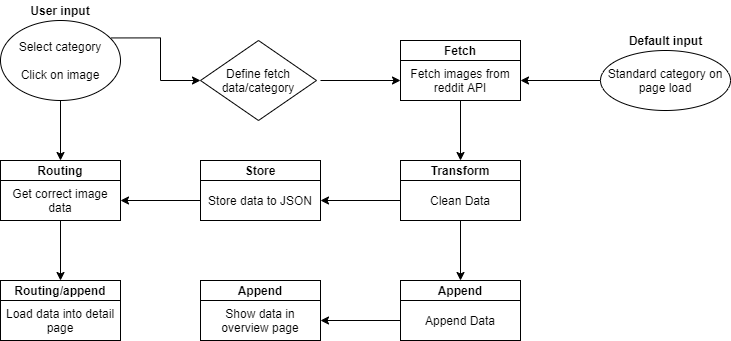
Earlier version of the draw.io export assets/ActorDiagram.png (RickGroot/web-app-from-scratch-2021). Source tidied: cells renumbered, new cells last; positions are measured from the earlier drawing's top-left corner, leaving out a move shared by most shapes. Its diagram source:
```xml
<mxGraphModel>
  <root>
    <mxCell id="0" />
    <mxCell id="1" parent="0" />
    <mxCell id="2" style="edgeStyle=orthogonalEdgeStyle;rounded=0;jettySize=auto;html=1;" parent="1" edge="1" target="4">
      <mxGeometry relative="1" as="geometry">
        <mxPoint x="320" y="80" as="sourcePoint" />
      </mxGeometry>
    </mxCell>
    <mxCell id="3" style="edgeStyle=orthogonalEdgeStyle;rounded=0;jettySize=auto;html=1;entryX=0.5;entryY=0;entryDx=0;entryDy=0;" parent="1" edge="1" source="4" target="20">
      <mxGeometry relative="1" as="geometry" />
    </mxCell>
    <mxCell id="4" value="Fetch images from reddit API" style="rounded=0;whiteSpace=wrap;html=1;" parent="1" vertex="1">
      <mxGeometry x="400" y="60" width="120" height="40" as="geometry" />
    </mxCell>
    <mxCell id="5" style="edgeStyle=orthogonalEdgeStyle;rounded=0;jettySize=auto;html=1;entryX=0.5;entryY=0;entryDx=0;entryDy=0;" parent="1" edge="1" source="7" target="25">
      <mxGeometry relative="1" as="geometry" />
    </mxCell>
    <mxCell id="6" style="edgeStyle=orthogonalEdgeStyle;rounded=0;jettySize=auto;html=1;exitX=0;exitY=0.5;exitDx=0;exitDy=0;" parent="1" edge="1" source="7" target="18">
      <mxGeometry relative="1" as="geometry" />
    </mxCell>
    <mxCell id="7" value="Clean Data" style="rounded=0;whiteSpace=wrap;html=1;" parent="1" vertex="1">
      <mxGeometry x="400" y="180" width="120" height="40" as="geometry" />
    </mxCell>
    <mxCell id="8" style="edgeStyle=orthogonalEdgeStyle;rounded=0;jettySize=auto;html=1;entryX=1;entryY=0.5;entryDx=0;entryDy=0;" parent="1" edge="1" source="9" target="15">
      <mxGeometry relative="1" as="geometry" />
    </mxCell>
    <mxCell id="9" value="Append Data" style="rounded=0;whiteSpace=wrap;html=1;" parent="1" vertex="1">
      <mxGeometry x="400" y="300" width="120" height="40" as="geometry" />
    </mxCell>
    <mxCell id="10" style="edgeStyle=orthogonalEdgeStyle;rounded=0;jettySize=auto;html=1;entryX=0;entryY=0.5;entryDx=0;entryDy=0;exitX=0.923;exitY=0.218;exitDx=0;exitDy=0;exitPerimeter=0;" parent="1" edge="1" source="26">
      <mxGeometry relative="1" as="geometry">
        <mxPoint x="200" y="80" as="targetPoint" />
      </mxGeometry>
    </mxCell>
    <mxCell id="11" style="edgeStyle=orthogonalEdgeStyle;rounded=0;jettySize=auto;html=1;exitX=0.5;exitY=1;exitDx=0;exitDy=0;entryX=0.5;entryY=0;entryDx=0;entryDy=0;" parent="1" edge="1" source="26" target="22">
      <mxGeometry relative="1" as="geometry" />
    </mxCell>
    <mxCell id="12" style="edgeStyle=orthogonalEdgeStyle;rounded=0;jettySize=auto;html=1;exitX=0.5;exitY=1;exitDx=0;exitDy=0;entryX=0.5;entryY=0;entryDx=0;entryDy=0;" parent="1" edge="1" source="13" target="23">
      <mxGeometry relative="1" as="geometry" />
    </mxCell>
    <mxCell id="13" value="Get correct image data" style="rounded=0;whiteSpace=wrap;html=1;" parent="1" vertex="1">
      <mxGeometry y="180" width="120" height="40" as="geometry" />
    </mxCell>
    <mxCell id="14" style="edgeStyle=orthogonalEdgeStyle;rounded=0;orthogonalLoop=1;jettySize=auto;html=1;exitX=0.5;exitY=0;exitDx=0;exitDy=0;entryX=0.5;entryY=0;entryDx=0;entryDy=0;" parent="1" edge="1" source="15" target="15">
      <mxGeometry relative="1" as="geometry" />
    </mxCell>
    <mxCell id="15" value="Show data in overview page" style="rounded=0;whiteSpace=wrap;html=1;" parent="1" vertex="1">
      <mxGeometry x="200" y="300" width="120" height="40" as="geometry" />
    </mxCell>
    <mxCell id="16" value="Load data into detail page" style="rounded=0;whiteSpace=wrap;html=1;" parent="1" vertex="1">
      <mxGeometry y="300" width="120" height="40" as="geometry" />
    </mxCell>
    <mxCell id="17" style="edgeStyle=orthogonalEdgeStyle;rounded=0;jettySize=auto;html=1;exitX=0;exitY=0.5;exitDx=0;exitDy=0;entryX=1;entryY=0.5;entryDx=0;entryDy=0;" parent="1" edge="1" source="18" target="13">
      <mxGeometry relative="1" as="geometry" />
    </mxCell>
    <mxCell id="18" value="Store data to JSON" style="rounded=0;whiteSpace=wrap;html=1;" parent="1" vertex="1">
      <mxGeometry x="200" y="180" width="120" height="40" as="geometry" />
    </mxCell>
    <mxCell id="19" value="&lt;b&gt;Fetch&lt;/b&gt;" style="rounded=0;whiteSpace=wrap;html=1;" parent="1" vertex="1">
      <mxGeometry x="400" y="40" width="120" height="20" as="geometry" />
    </mxCell>
    <mxCell id="20" value="&lt;b&gt;Transform&lt;/b&gt;" style="rounded=0;whiteSpace=wrap;html=1;" parent="1" vertex="1">
      <mxGeometry x="400" y="160" width="120" height="20" as="geometry" />
    </mxCell>
    <mxCell id="21" value="&lt;b&gt;Store&lt;/b&gt;" style="rounded=0;whiteSpace=wrap;html=1;" parent="1" vertex="1">
      <mxGeometry x="200" y="160" width="120" height="20" as="geometry" />
    </mxCell>
    <mxCell id="22" value="&lt;b&gt;Routing&lt;/b&gt;" style="rounded=0;whiteSpace=wrap;html=1;" parent="1" vertex="1">
      <mxGeometry y="160" width="120" height="20" as="geometry" />
    </mxCell>
    <mxCell id="23" value="&lt;b&gt;Routing/append&lt;/b&gt;" style="rounded=0;whiteSpace=wrap;html=1;" parent="1" vertex="1">
      <mxGeometry y="280" width="120" height="20" as="geometry" />
    </mxCell>
    <mxCell id="24" value="&lt;b&gt;Append&lt;/b&gt;" style="rounded=0;whiteSpace=wrap;html=1;" parent="1" vertex="1">
      <mxGeometry x="200" y="280" width="120" height="20" as="geometry" />
    </mxCell>
    <mxCell id="25" value="&lt;b&gt;Append&lt;/b&gt;" style="rounded=0;whiteSpace=wrap;html=1;" parent="1" vertex="1">
      <mxGeometry x="400" y="280" width="120" height="20" as="geometry" />
    </mxCell>
    <mxCell id="26" value="Select category&lt;br&gt;&lt;br&gt;Click on image" style="ellipse;whiteSpace=wrap;html=1;" parent="1" vertex="1">
      <mxGeometry y="20" width="120" height="80" as="geometry" />
    </mxCell>
    <mxCell id="27" value="&lt;b&gt;User input&lt;/b&gt;" style="text;html=1;strokeColor=none;fillColor=none;align=center;verticalAlign=middle;whiteSpace=wrap;rounded=0;" parent="1" vertex="1">
      <mxGeometry x="25" width="70" height="20" as="geometry" />
    </mxCell>
    <mxCell id="28" value="Define fetch data/category" style="rhombus;whiteSpace=wrap;html=1;" parent="1" vertex="1">
      <mxGeometry x="200" y="40" width="116" height="80" as="geometry" />
    </mxCell>
    <mxCell id="29" style="edgeStyle=orthogonalEdgeStyle;rounded=0;jettySize=auto;html=1;exitX=0;exitY=0.5;exitDx=0;exitDy=0;entryX=1;entryY=0.5;entryDx=0;entryDy=0;" parent="1" edge="1" source="30" target="4">
      <mxGeometry relative="1" as="geometry" />
    </mxCell>
    <mxCell id="30" value="Standard category on page load" style="ellipse;whiteSpace=wrap;html=1;" parent="1" vertex="1">
      <mxGeometry x="600" y="50" width="130" height="60" as="geometry" />
    </mxCell>
    <mxCell id="31" value="&lt;b&gt;Default input&lt;/b&gt;" style="text;html=1;strokeColor=none;fillColor=none;align=center;verticalAlign=middle;whiteSpace=wrap;rounded=0;" parent="1" vertex="1">
      <mxGeometry x="612.5" y="30" width="105" height="20" as="geometry" />
    </mxCell>
  </root>
</mxGraphModel>
```
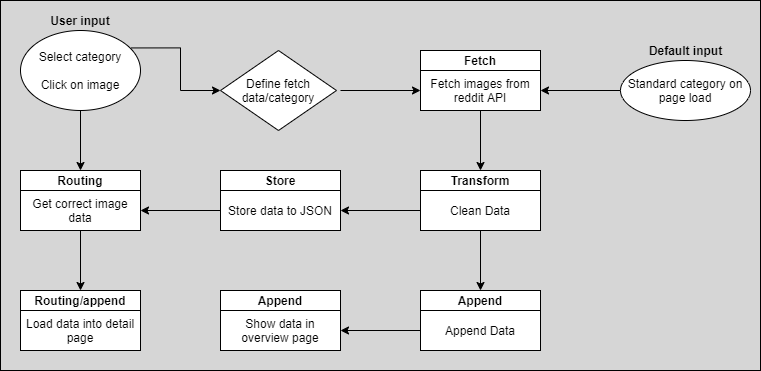
Above is the later version.

Commit message:
added actor diagram

What changed in the source:
```diff
@@ -2,6 +2,9 @@
   <root>
     <mxCell id="0" />
     <mxCell id="1" parent="0" />
+    <mxCell id="32" style="rounded=0;whiteSpace=wrap;html=1;fillColor=#D6D6D6;" parent="1" vertex="1">
+      <mxGeometry x="-20" y="-10" width="760" height="370" as="geometry" />
+    </mxCell>
     <mxCell id="2" style="edgeStyle=orthogonalEdgeStyle;rounded=0;jettySize=auto;html=1;" parent="1" edge="1" target="4">
       <mxGeometry relative="1" as="geometry">
         <mxPoint x="320" y="80" as="sourcePoint" />
```
